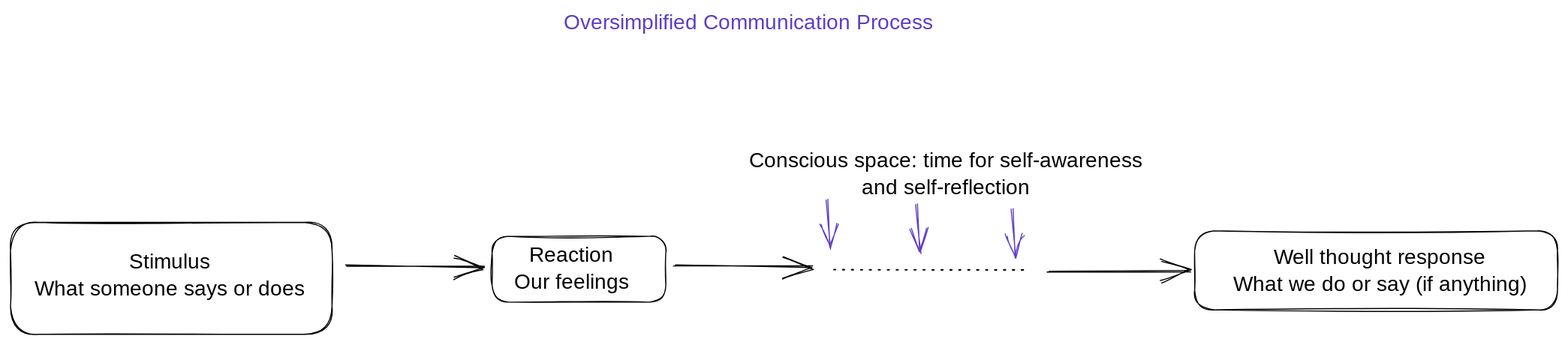
The Excalidraw diagram .gitbook/assets/file.excalidraw.svg in nokola/SelfToolkit, before a commit. Source tidied: one line per element, renumbered; positions are measured from the earlier drawing's top-left corner, leaving out a move shared by most shapes.
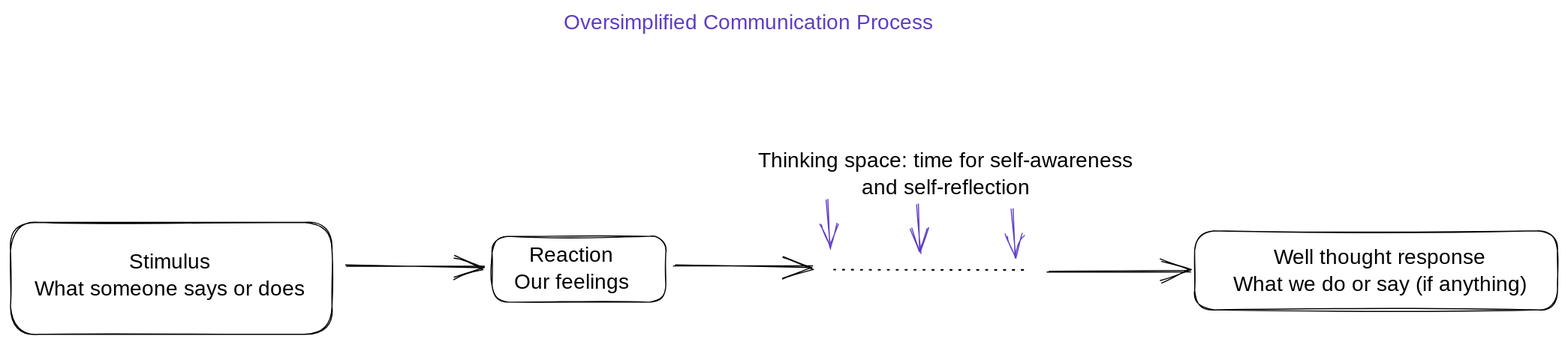
Above is the later version.

What changed in the source:
```diff
@@ -5,11 +5,11 @@
 {"id": 4, "type": "arrow", "strokeColor": "#000000", "strokeWidth": 1, "roughness": 1, "endArrowhead": "arrow", "round": true, "to": 10, "x": 987, "y": 248, "width": 135, "height": 1, "points": [[0, 0], [135, -1]]}
 {"id": 5, "type": "text", "text": "Well thought response\nWhat we do or say (if anything)", "strokeColor": "#000000", "strokeWidth": 1, "roughness": 1, "fontSize": 20, "fontFamily": 1, "textAlign": "center", "x": 1145, "y": 224, "width": 316, "height": 51}
 {"id": 6, "type": "line", "strokeColor": "#000000", "strokeWidth": 1, "strokeStyle": "dotted", "roughness": 1, "round": true, "x": 784, "y": 246, "width": 184, "height": 0, "points": [[0, 0], [184, 0]]}
-{"id": 7, "type": "text", "text": "Conscious space: time for self-awareness\nand self-reflection", "strokeColor": "#000000", "strokeWidth": 1, "strokeStyle": "dotted", "roughness": 1, "fontSize": 20, "fontFamily": 1, "textAlign": "center", "x": 687, "y": 132, "width": 407, "height": 51}
+{"id": 7, "type": "text", "text": "Thinking space: time for self-awareness\nand self-reflection", "strokeColor": "#000000", "strokeWidth": 1, "strokeStyle": "dotted", "roughness": 1, "fontSize": 20, "fontFamily": 1, "textAlign": "center", "x": 696, "y": 132, "width": 388, "height": 51}
 {"id": 8, "type": "rectangle", "strokeColor": "#000000", "strokeWidth": 1, "roughness": 1, "round": true, "x": 0, "y": 202, "width": 306, "height": 107}
 {"id": 9, "type": "rectangle", "strokeColor": "#000000", "strokeWidth": 1, "roughness": 1, "round": true, "x": 458, "y": 215, "width": 165, "height": 63}
 {"id": 10, "type": "rectangle", "strokeColor": "#000000", "strokeWidth": 1, "roughness": 1, "round": true, "x": 1127, "y": 210, "width": 345, "height": 75}
 {"id": 11, "type": "text", "text": "Oversimplified Communication Process", "strokeColor": "#5f3dc4", "strokeWidth": 1, "roughness": 1, "fontSize": 20, "fontFamily": 1, "textAlign": "center", "x": 522, "y": 0, "width": 360, "height": 25}
 {"id": 12, "type": "arrow", "strokeColor": "#5f3dc4", "strokeWidth": 1, "roughness": 1, "endArrowhead": "arrow", "round": true, "x": 777, "y": 180, "width": 3, "height": 47, "points": [[0, 0], [3, 47]]}
-{"id": 13, "type": "arrow", "strokeColor": "#5f3dc4", "strokeWidth": 1, "roughness": 1, "endArrowhead": "arrow", "round": true, "from": 7, "x": 862, "y": 184, "width": 5, "height": 47, "points": [[0, 0], [5, 47]]}
+{"id": 13, "type": "arrow", "strokeColor": "#5f3dc4", "strokeWidth": 1, "roughness": 1, "endArrowhead": "arrow", "round": true, "from": 7, "x": 863, "y": 184, "width": 4, "height": 47, "points": [[0, 0], [4, 47]]}
 {"id": 14, "type": "arrow", "strokeColor": "#5f3dc4", "strokeWidth": 1, "roughness": 1, "endArrowhead": "arrow", "round": true, "x": 953, "y": 188, "width": 3, "height": 47, "points": [[0, 0], [3, 47]]}
```
